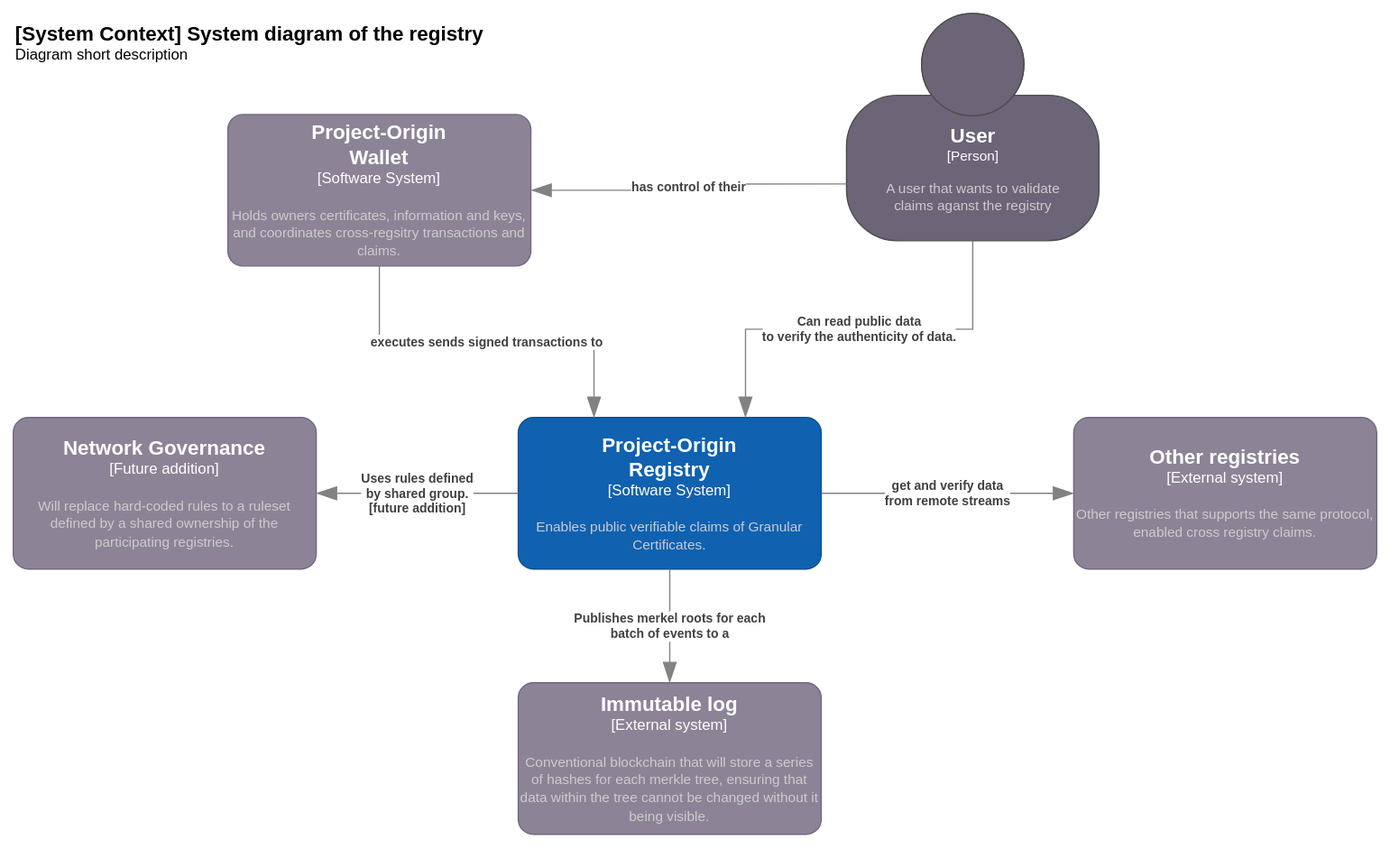
project-origin/registry keeps this draw.io diagram as doc/system_diagram.drawio.svg. Above is the earlier version. Source tidied: cells renumbered, new cells last; positions are measured from the earlier drawing's top-left corner, leaving out a move shared by most shapes. The source it was exported from:
```xml
<mxGraphModel>
  <root>
    <mxCell id="0" />
    <mxCell id="1" parent="0" />
    <mxCell id="2" style="rounded=0;whiteSpace=wrap;html=1;strokeColor=none;" parent="1" vertex="1">
      <mxGeometry width="1100" height="670" as="geometry" />
    </mxCell>
    <object id="3" label="&lt;font style=&quot;font-size: 16px&quot;&gt;&lt;b&gt;%c4Name%&lt;/b&gt;&lt;/font&gt;&lt;div&gt;[%c4Type%]&lt;/div&gt;&lt;br&gt;&lt;div&gt;&lt;font style=&quot;font-size: 11px&quot;&gt;&lt;font color=&quot;#cccccc&quot;&gt;%c4Description%&lt;/font&gt;&lt;/div&gt;" c4Description="Enables public verifiable claims of Granular Certificates." c4Name="Project-Origin&#10;Registry" c4Type="Software System" placeholders="1">
      <mxCell style="rounded=1;whiteSpace=wrap;html=1;labelBackgroundColor=none;fillColor=#1061B0;fontColor=#ffffff;align=center;arcSize=10;strokeColor=#0D5091;points=[[0.25,0,0],[0.5,0,0],[0.75,0,0],[1,0.25,0],[1,0.5,0],[1,0.75,0],[0.75,1,0],[0.5,1,0],[0.25,1,0],[0,0.75,0],[0,0.5,0],[0,0.25,0]];" parent="1" vertex="1">
        <mxGeometry x="410" y="330" width="240" height="120" as="geometry" />
      </mxCell>
    </object>
    <object id="4" label="&lt;font style=&quot;font-size: 16px&quot;&gt;&lt;b&gt;%c4Name%&lt;/b&gt;&lt;/font&gt;&lt;div&gt;[%c4Type%]&lt;/div&gt;&lt;br&gt;&lt;div&gt;&lt;font style=&quot;font-size: 11px&quot;&gt;&lt;font color=&quot;#cccccc&quot;&gt;%c4Description%&lt;/font&gt;&lt;/div&gt;" c4Description="Conventional blockchain that will store a series of hashes for each merkle tree, ensuring that data within the tree cannot be changed without it being visible." c4Name="Immutable log" c4Type="External system" placeholders="1">
      <mxCell style="rounded=1;whiteSpace=wrap;html=1;labelBackgroundColor=none;fillColor=#8C8496;fontColor=#ffffff;align=center;arcSize=10;strokeColor=#736782;points=[[0.25,0,0],[0.5,0,0],[0.75,0,0],[1,0.25,0],[1,0.5,0],[1,0.75,0],[0.75,1,0],[0.5,1,0],[0.25,1,0],[0,0.75,0],[0,0.5,0],[0,0.25,0]];" parent="1" vertex="1">
        <mxGeometry x="410" y="540" width="240" height="120" as="geometry" />
      </mxCell>
    </object>
    <object id="5" label="&lt;font style=&quot;font-size: 16px&quot;&gt;&lt;b&gt;%c4Name%&lt;/b&gt;&lt;/font&gt;&lt;div&gt;[%c4Type%]&lt;/div&gt;&lt;br&gt;&lt;div&gt;&lt;font style=&quot;font-size: 11px&quot;&gt;&lt;font color=&quot;#cccccc&quot;&gt;%c4Description%&lt;/font&gt;&lt;/div&gt;" c4Description="Other registries that supports the same protocol, enabled cross registry claims." c4Name="Other registries" c4Type="External system" placeholders="1">
      <mxCell style="rounded=1;whiteSpace=wrap;html=1;labelBackgroundColor=none;fillColor=#8C8496;fontColor=#ffffff;align=center;arcSize=10;strokeColor=#736782;points=[[0.25,0,0],[0.5,0,0],[0.75,0,0],[1,0.25,0],[1,0.5,0],[1,0.75,0],[0.75,1,0],[0.5,1,0],[0.25,1,0],[0,0.75,0],[0,0.5,0],[0,0.25,0]];" parent="1" vertex="1">
        <mxGeometry x="850" y="330" width="240" height="120" as="geometry" />
      </mxCell>
    </object>
    <object id="6" label="&lt;font style=&quot;font-size: 16px&quot;&gt;&lt;b&gt;%c4Name%&lt;/b&gt;&lt;/font&gt;&lt;div&gt;[%c4Type%]&lt;/div&gt;&lt;br&gt;&lt;div&gt;&lt;font style=&quot;font-size: 11px&quot;&gt;&lt;font color=&quot;#cccccc&quot;&gt;%c4Description%&lt;/font&gt;&lt;/div&gt;" c4Description="Holds owners certificates, information and keys, and coordinates cross-regsitry transactions and claims." c4Name="Project-Origin&#10;Wallet" c4Type="Software System" placeholders="1">
      <mxCell style="rounded=1;whiteSpace=wrap;html=1;labelBackgroundColor=none;fillColor=#8C8496;fontColor=#ffffff;align=center;arcSize=10;strokeColor=#736782;points=[[0.25,0,0],[0.5,0,0],[0.75,0,0],[1,0.25,0],[1,0.5,0],[1,0.75,0],[0.75,1,0],[0.5,1,0],[0.25,1,0],[0,0.75,0],[0,0.5,0],[0,0.25,0]];" parent="1" vertex="1">
        <mxGeometry x="180" y="90" width="240" height="120" as="geometry" />
      </mxCell>
    </object>
    <object id="7" label="&lt;font style=&quot;font-size: 16px&quot;&gt;&lt;b&gt;%c4Name%&lt;/b&gt;&lt;/font&gt;&lt;div&gt;[%c4Type%]&lt;/div&gt;&lt;br&gt;&lt;div&gt;&lt;font style=&quot;font-size: 11px&quot;&gt;&lt;font color=&quot;#cccccc&quot;&gt;%c4Description%&lt;/font&gt;&lt;/div&gt;" c4Description="A user that wants to validate &#10;claims aganst the registry" c4Name="User" c4Type="Person" placeholders="1">
      <mxCell style="html=1;fontSize=11;dashed=0;whitespace=wrap;fillColor=#6C6477;strokeColor=#4D4D4D;fontColor=#ffffff;shape=mxgraph.c4.person2;align=center;points=[[0.5,0,0],[1,0.5,0],[1,0.75,0],[0.75,1,0],[0.5,1,0],[0.25,1,0],[0,0.75,0],[0,0.5,0]];rounded=0;" parent="1" vertex="1">
        <mxGeometry x="670" y="10" width="200" height="180" as="geometry" />
      </mxCell>
    </object>
    <object id="8" label="&lt;font style=&quot;font-size: 16px&quot;&gt;&lt;b&gt;%c4Name%&lt;/b&gt;&lt;/font&gt;&lt;div&gt;[%c4Type%]&lt;/div&gt;&lt;br&gt;&lt;div&gt;&lt;font style=&quot;font-size: 11px&quot;&gt;&lt;font color=&quot;#cccccc&quot;&gt;%c4Description%&lt;/font&gt;&lt;/div&gt;" c4Description="Will replace hard-coded rules to a ruleset defined by a shared ownership of the participating registries." c4Name="Network Governance " c4Type="Future addition" placeholders="1">
      <mxCell style="rounded=1;whiteSpace=wrap;html=1;labelBackgroundColor=none;fillColor=#8C8496;fontColor=#ffffff;align=center;arcSize=10;strokeColor=#736782;points=[[0.25,0,0],[0.5,0,0],[0.75,0,0],[1,0.25,0],[1,0.5,0],[1,0.75,0],[0.75,1,0],[0.5,1,0],[0.25,1,0],[0,0.75,0],[0,0.5,0],[0,0.25,0]];" parent="1" vertex="1">
        <mxGeometry x="10" y="330" width="240" height="120" as="geometry" />
      </mxCell>
    </object>
    <object id="9" label="&lt;div style=&quot;text-align: left&quot;&gt;&lt;div style=&quot;text-align: center&quot;&gt;&lt;b&gt;%c4Description%&lt;/b&gt;&lt;/div&gt;" c4Description="executes sends signed transactions to " c4Type="Relationship" placeholders="1">
      <mxCell style="endArrow=blockThin;html=1;fontSize=10;fontColor=#404040;strokeWidth=1;endFill=1;strokeColor=#828282;elbow=vertical;endSize=14;startSize=14;jumpStyle=arc;jumpSize=16;rounded=0;edgeStyle=orthogonalEdgeStyle;entryX=0.25;entryY=0;entryDx=0;entryDy=0;entryPerimeter=0;exitX=0.5;exitY=1;exitDx=0;exitDy=0;exitPerimeter=0;" parent="1" edge="1" source="6" target="3">
        <mxGeometry relative="1" as="geometry" />
      </mxCell>
    </object>
    <object id="10" label="&lt;div style=&quot;text-align: left&quot;&gt;&lt;div style=&quot;text-align: center&quot;&gt;&lt;b&gt;%c4Description%&lt;/b&gt;&lt;/div&gt;" c4Description="Can read public data&#10;to verify the authenticity of data." c4Type="Relationship" placeholders="1">
      <mxCell style="endArrow=blockThin;html=1;fontSize=10;fontColor=#404040;strokeWidth=1;endFill=1;strokeColor=#828282;elbow=vertical;endSize=14;startSize=14;jumpStyle=arc;jumpSize=16;rounded=0;edgeStyle=orthogonalEdgeStyle;exitX=0.5;exitY=1;exitDx=0;exitDy=0;exitPerimeter=0;entryX=0.75;entryY=0;entryDx=0;entryDy=0;entryPerimeter=0;" parent="1" edge="1" source="7" target="3">
        <mxGeometry relative="1" as="geometry" />
      </mxCell>
    </object>
    <object id="11" label="&lt;div style=&quot;text-align: left&quot;&gt;&lt;div style=&quot;text-align: center&quot;&gt;&lt;b&gt;%c4Description%&lt;/b&gt;&lt;/div&gt;" c4Description="Publishes merkel roots for each&#10;batch of events to a" c4Type="Relationship" placeholders="1">
      <mxCell style="endArrow=blockThin;html=1;fontSize=10;fontColor=#404040;strokeWidth=1;endFill=1;strokeColor=#828282;elbow=vertical;endSize=14;startSize=14;jumpStyle=arc;jumpSize=16;rounded=0;edgeStyle=orthogonalEdgeStyle;exitX=0.5;exitY=1;exitDx=0;exitDy=0;exitPerimeter=0;entryX=0.5;entryY=0;entryDx=0;entryDy=0;entryPerimeter=0;" parent="1" edge="1" source="3" target="4">
        <mxGeometry relative="1" as="geometry" />
      </mxCell>
    </object>
    <object id="12" label="&lt;div style=&quot;text-align: left&quot;&gt;&lt;div style=&quot;text-align: center&quot;&gt;&lt;b&gt;%c4Description%&lt;/b&gt;&lt;/div&gt;" c4Description="get and verify data &#10;from remote streams" c4Type="Relationship" placeholders="1">
      <mxCell style="endArrow=blockThin;html=1;fontSize=10;fontColor=#404040;strokeWidth=1;endFill=1;strokeColor=#828282;elbow=vertical;endSize=14;startSize=14;jumpStyle=arc;jumpSize=16;rounded=0;edgeStyle=orthogonalEdgeStyle;" parent="1" edge="1" source="3" target="5">
        <mxGeometry relative="1" as="geometry" />
      </mxCell>
    </object>
    <object id="13" label="&lt;div style=&quot;text-align: left&quot;&gt;&lt;div style=&quot;text-align: center&quot;&gt;&lt;b&gt;%c4Description%&lt;/b&gt;&lt;/div&gt;" c4Description="Uses rules defined&#10;by shared group.&#10;[future addition]" c4Type="Relationship" placeholders="1">
      <mxCell style="endArrow=blockThin;html=1;fontSize=10;fontColor=#404040;strokeWidth=1;endFill=1;strokeColor=#828282;elbow=vertical;endSize=14;startSize=14;jumpStyle=arc;jumpSize=16;rounded=0;edgeStyle=orthogonalEdgeStyle;entryX=1;entryY=0.5;entryDx=0;entryDy=0;entryPerimeter=0;exitX=0;exitY=0.5;exitDx=0;exitDy=0;exitPerimeter=0;" parent="1" edge="1" source="3" target="8">
        <mxGeometry relative="1" as="geometry" />
      </mxCell>
    </object>
    <object id="14" label="&lt;font style=&quot;font-size: 16px&quot;&gt;&lt;b&gt;&lt;div style=&quot;text-align: left&quot;&gt;%c4Name%&lt;/div&gt;&lt;/b&gt;&lt;/font&gt;&lt;div style=&quot;text-align: left&quot;&gt;%c4Description%&lt;/div&gt;" c4Description="Diagram short description" c4Name="[System Context] System diagram of the registry" c4Type="ContainerScopeBoundary" placeholders="1">
      <mxCell style="text;html=1;strokeColor=none;fillColor=none;align=left;verticalAlign=top;whiteSpace=wrap;rounded=0;" parent="1" vertex="1">
        <mxGeometry x="10" y="10" width="500" height="70" as="geometry" />
      </mxCell>
    </object>
    <object id="15" label="&lt;div style=&quot;text-align: left&quot;&gt;&lt;div style=&quot;text-align: center&quot;&gt;&lt;b&gt;%c4Description%&lt;/b&gt;&lt;/div&gt;" c4Description="has control of their" c4Type="Relationship" placeholders="1">
      <mxCell style="endArrow=blockThin;html=1;fontSize=10;fontColor=#404040;strokeWidth=1;endFill=1;strokeColor=#828282;elbow=vertical;endSize=14;startSize=14;jumpStyle=arc;jumpSize=16;rounded=0;edgeStyle=orthogonalEdgeStyle;entryX=1;entryY=0.5;entryDx=0;entryDy=0;entryPerimeter=0;exitX=0;exitY=0.75;exitDx=0;exitDy=0;exitPerimeter=0;" parent="1" edge="1" source="7" target="6">
        <mxGeometry relative="1" as="geometry" />
      </mxCell>
    </object>
  </root>
</mxGraphModel>
```
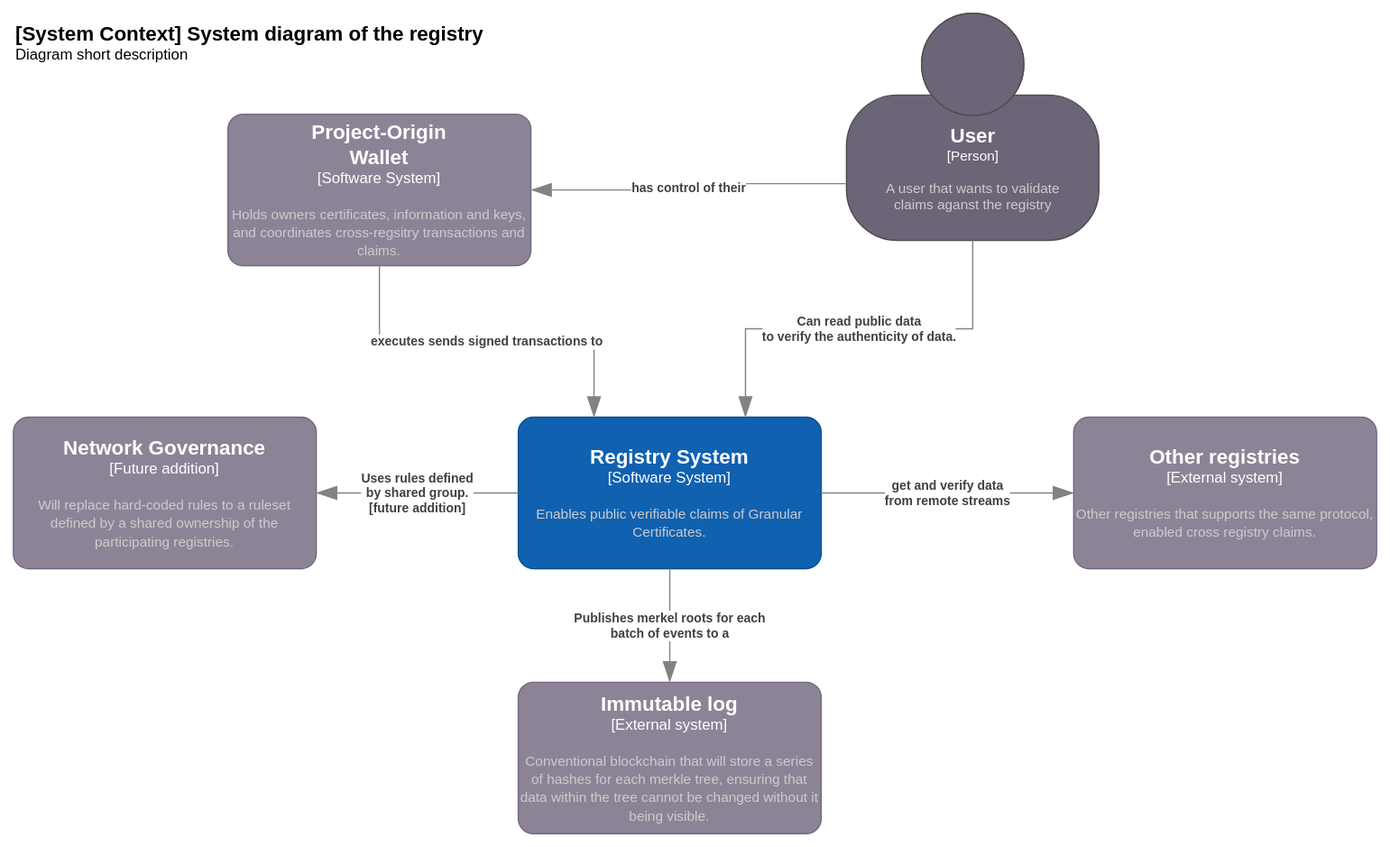
After the change.

Diff of the diagram source:
```diff
@@ -5,7 +5,7 @@
     <mxCell id="2" style="rounded=0;whiteSpace=wrap;html=1;strokeColor=none;" parent="1" vertex="1">
       <mxGeometry width="1100" height="670" as="geometry" />
     </mxCell>
-    <object id="3" label="&lt;font style=&quot;font-size: 16px&quot;&gt;&lt;b&gt;%c4Name%&lt;/b&gt;&lt;/font&gt;&lt;div&gt;[%c4Type%]&lt;/div&gt;&lt;br&gt;&lt;div&gt;&lt;font style=&quot;font-size: 11px&quot;&gt;&lt;font color=&quot;#cccccc&quot;&gt;%c4Description%&lt;/font&gt;&lt;/div&gt;" c4Description="Enables public verifiable claims of Granular Certificates." c4Name="Project-Origin&#10;Registry" c4Type="Software System" placeholders="1">
+    <object id="3" label="&lt;font style=&quot;font-size: 16px&quot;&gt;&lt;b&gt;%c4Name%&lt;/b&gt;&lt;/font&gt;&lt;div&gt;[%c4Type%]&lt;/div&gt;&lt;br&gt;&lt;div&gt;&lt;font style=&quot;font-size: 11px&quot;&gt;&lt;font color=&quot;#cccccc&quot;&gt;%c4Description%&lt;/font&gt;&lt;/div&gt;" c4Description="Enables public verifiable claims of Granular Certificates." c4Name="Registry System" c4Type="Software System" placeholders="1">
       <mxCell style="rounded=1;whiteSpace=wrap;html=1;labelBackgroundColor=none;fillColor=#1061B0;fontColor=#ffffff;align=center;arcSize=10;strokeColor=#0D5091;points=[[0.25,0,0],[0.5,0,0],[0.75,0,0],[1,0.25,0],[1,0.5,0],[1,0.75,0],[0.75,1,0],[0.5,1,0],[0.25,1,0],[0,0.75,0],[0,0.5,0],[0,0.25,0]];" parent="1" vertex="1">
         <mxGeometry x="410" y="330" width="240" height="120" as="geometry" />
       </mxCell>
```
